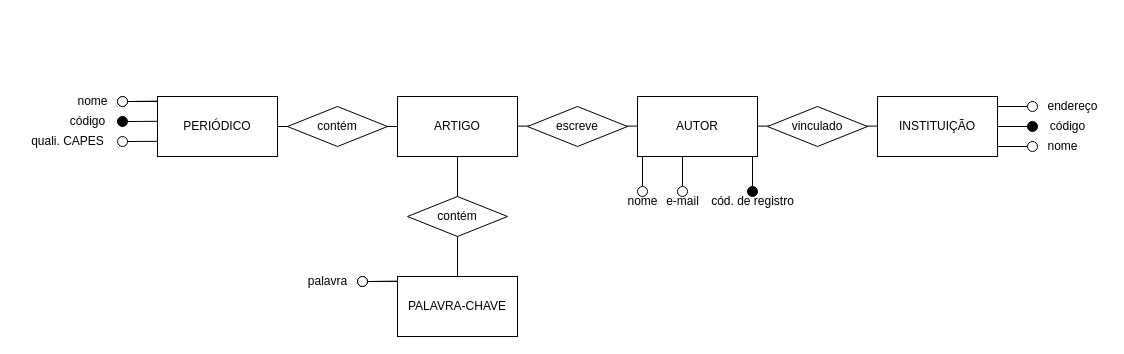
Earlier version of the draw.io diagram ARTIGOS.drawio (pedrOfsilveira/BD-2023). Source tidied: cells renumbered, new cells numbered last; positions are measured from the earlier drawing's top-left corner, leaving out a move shared by most shapes. Both pictures are drawn from the tidied source at 100%, with x=0, y=0 at pixel (17, 86).
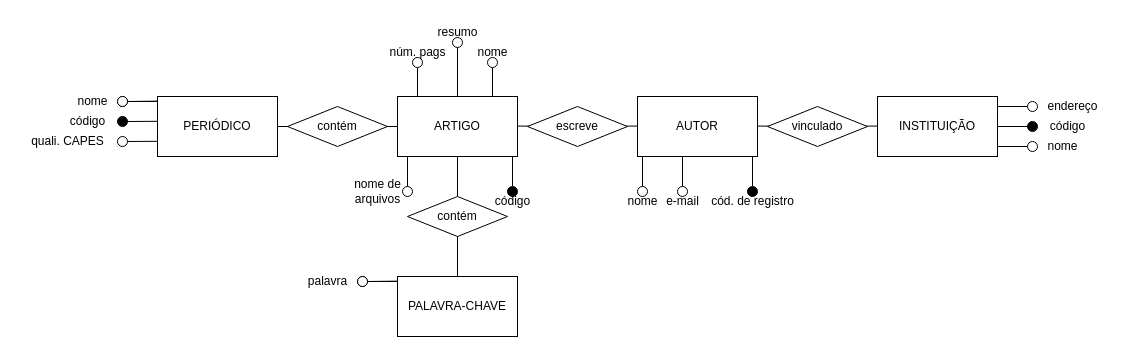
The same page after the edit.

Change to the diagram source:
```diff
@@
+    <mxCell id="50" style="endArrow=none;html=1;rounded=0;exitX=0.5;exitY=1;exitDx=0;exitDy=0;entryX=0.5;entryY=0;entryDx=0;entryDy=0;" parent="1" edge="1" source="51">
+      <mxGeometry relative="1" as="geometry">
+        <mxPoint x="475" y="10" as="targetPoint" />
+      </mxGeometry>
+    </mxCell>
+    <mxCell id="51" style="ellipse;whiteSpace=wrap;html=1;" parent="1" vertex="1">
+      <mxGeometry x="470" y="-29" width="10" height="10" as="geometry" />
+    </mxCell>
+    <mxCell id="52" value="nome" style="text;html=1;align=center;verticalAlign=middle;strokeColor=none;fillColor=none;" parent="1" vertex="1">
+      <mxGeometry x="450" y="-49" width="50" height="30" as="geometry" />
+    </mxCell>
+    <mxCell id="53" style="endArrow=none;html=1;rounded=0;exitX=0.5;exitY=1;exitDx=0;exitDy=0;entryX=0.5;entryY=0;entryDx=0;entryDy=0;" parent="1" edge="1" source="54">
+      <mxGeometry relative="1" as="geometry">
+        <mxPoint x="440" y="10" as="targetPoint" />
+      </mxGeometry>
+    </mxCell>
+    <mxCell id="54" style="ellipse;whiteSpace=wrap;html=1;" parent="1" vertex="1">
+      <mxGeometry x="435" y="-49" width="10" height="10" as="geometry" />
+    </mxCell>
+    <mxCell id="55" value="resumo" style="text;html=1;align=center;verticalAlign=middle;strokeColor=none;fillColor=none;" parent="1" vertex="1">
+      <mxGeometry x="405" y="-69" width="70" height="30" as="geometry" />
+    </mxCell>
+    <mxCell id="56" style="endArrow=none;html=1;rounded=0;exitX=0.5;exitY=1;exitDx=0;exitDy=0;entryX=0.5;entryY=0;entryDx=0;entryDy=0;" parent="1" edge="1" source="57">
+      <mxGeometry relative="1" as="geometry">
+        <mxPoint x="400" y="10" as="targetPoint" />
+      </mxGeometry>
+    </mxCell>
+    <mxCell id="57" style="ellipse;whiteSpace=wrap;html=1;" parent="1" vertex="1">
+      <mxGeometry x="395" y="-29" width="10" height="10" as="geometry" />
+    </mxCell>
+    <mxCell id="58" value="núm. pags" style="text;html=1;align=center;verticalAlign=middle;strokeColor=none;fillColor=none;" parent="1" vertex="1">
+      <mxGeometry x="360" y="-49" width="80" height="30" as="geometry" />
+    </mxCell>
+    <mxCell id="59" style="endArrow=none;html=1;rounded=0;exitX=1;exitY=0.25;exitDx=0;exitDy=0;entryX=0.5;entryY=0;entryDx=0;entryDy=0;" parent="1" edge="1" target="60">
+      <mxGeometry relative="1" as="geometry">
+        <mxPoint x="495" y="70" as="sourcePoint" />
+      </mxGeometry>
+    </mxCell>
+    <mxCell id="60" style="ellipse;whiteSpace=wrap;html=1;fillColor=#000000;" parent="1" vertex="1">
+      <mxGeometry x="490" y="100" width="10" height="10" as="geometry" />
+    </mxCell>
+    <mxCell id="61" value="código" style="text;html=1;align=center;verticalAlign=middle;strokeColor=none;fillColor=none;" parent="1" vertex="1">
+      <mxGeometry x="465" y="100" width="60" height="30" as="geometry" />
+    </mxCell>
+    <mxCell id="62" style="endArrow=none;html=1;rounded=0;exitX=1;exitY=0.25;exitDx=0;exitDy=0;entryX=0.5;entryY=0;entryDx=0;entryDy=0;" parent="1" edge="1" target="63">
+      <mxGeometry relative="1" as="geometry">
+        <mxPoint x="390" y="70" as="sourcePoint" />
+      </mxGeometry>
+    </mxCell>
+    <mxCell id="63" style="ellipse;whiteSpace=wrap;html=1;fillColor=#FFFFFF;" parent="1" vertex="1">
+      <mxGeometry x="385" y="100" width="10" height="10" as="geometry" />
+    </mxCell>
+    <mxCell id="64" value="nome de&lt;br&gt;arquivos" style="text;html=1;align=center;verticalAlign=middle;strokeColor=none;fillColor=none;" parent="1" vertex="1">
+      <mxGeometry x="325" y="85" width="70" height="40" as="geometry" />
+    </mxCell>
```
